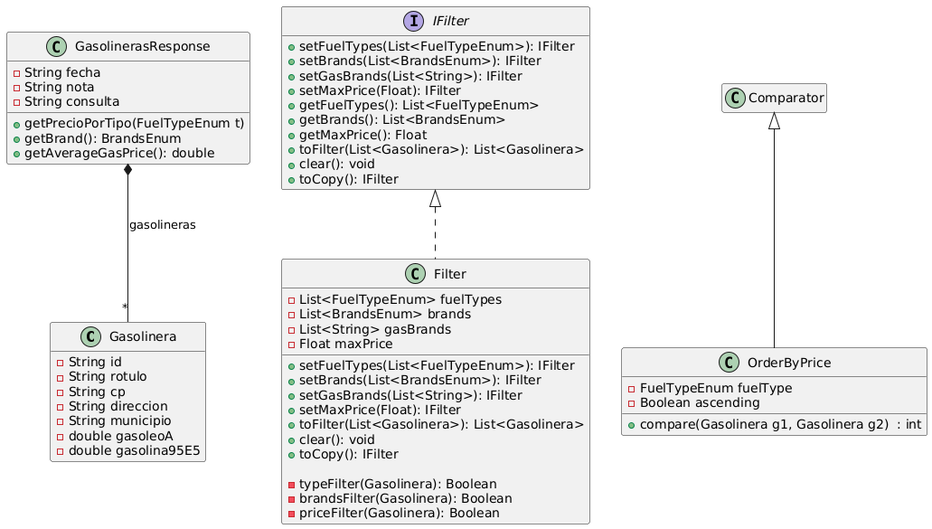
Earlier version of the PlantUML export Docs/Models/domain.png (isunican/App-Gasolineras-Grupo1). Its diagram source:
```plantuml
@startuml
hide empty members

class Gasolinera {
    - String id
    - String rotulo
    - String cp
    - String direccion
    - String municipio
    - double gasoleoA
    - double gasolina95E5
}

class GasolinerasResponse {
    - String fecha
    - String nota
    - String consulta

    + getPrecioPorTipo(FuelTypeEnum t)
    + getBrand(): BrandsEnum
    + getAverageGasPrice(): double
}

interface IFilter {
    + setFuelTypes(List<FuelTypeEnum>): IFilter
    + setBrands(List<BrandsEnum>): IFilter
    + setGasBrands(List<String>): IFilter
    + setMaxPrice(Float): IFilter
    + getFuelTypes(): List<FuelTypeEnum>
    + getBrands(): List<BrandsEnum>
    + getMaxPrice(): Float
    + toFilter(List<Gasolinera>): List<Gasolinera>
    + clear(): void
    + toCopy(): IFilter
}

class Filter {
    - List<FuelTypeEnum> fuelTypes
    - List<BrandsEnum> brands
    - List<String> gasBrands
    - Float maxPrice

    + setFuelTypes(List<FuelTypeEnum>): IFilter
    + setBrands(List<BrandsEnum>): IFilter
    + setGasBrands(List<String>): IFilter
    + setMaxPrice(Float): IFilter
    + toFilter(List<Gasolinera>): List<Gasolinera>
    + clear(): void
    + toCopy(): IFilter

    - typeFilter(Gasolinera): Boolean
    - brandsFilter(Gasolinera): Boolean
    - priceFilter(Gasolinera): Boolean
}

class OrderByPrice{
- FuelTypeEnum fuelType
- Boolean ascending

+ compare(Gasolinera g1, Gasolinera g2)  : int
}

IFilter <|.. Filter

Comparator <|-- OrderByPrice

GasolinerasResponse *-- "*" Gasolinera : gasolineras
@enduml
```
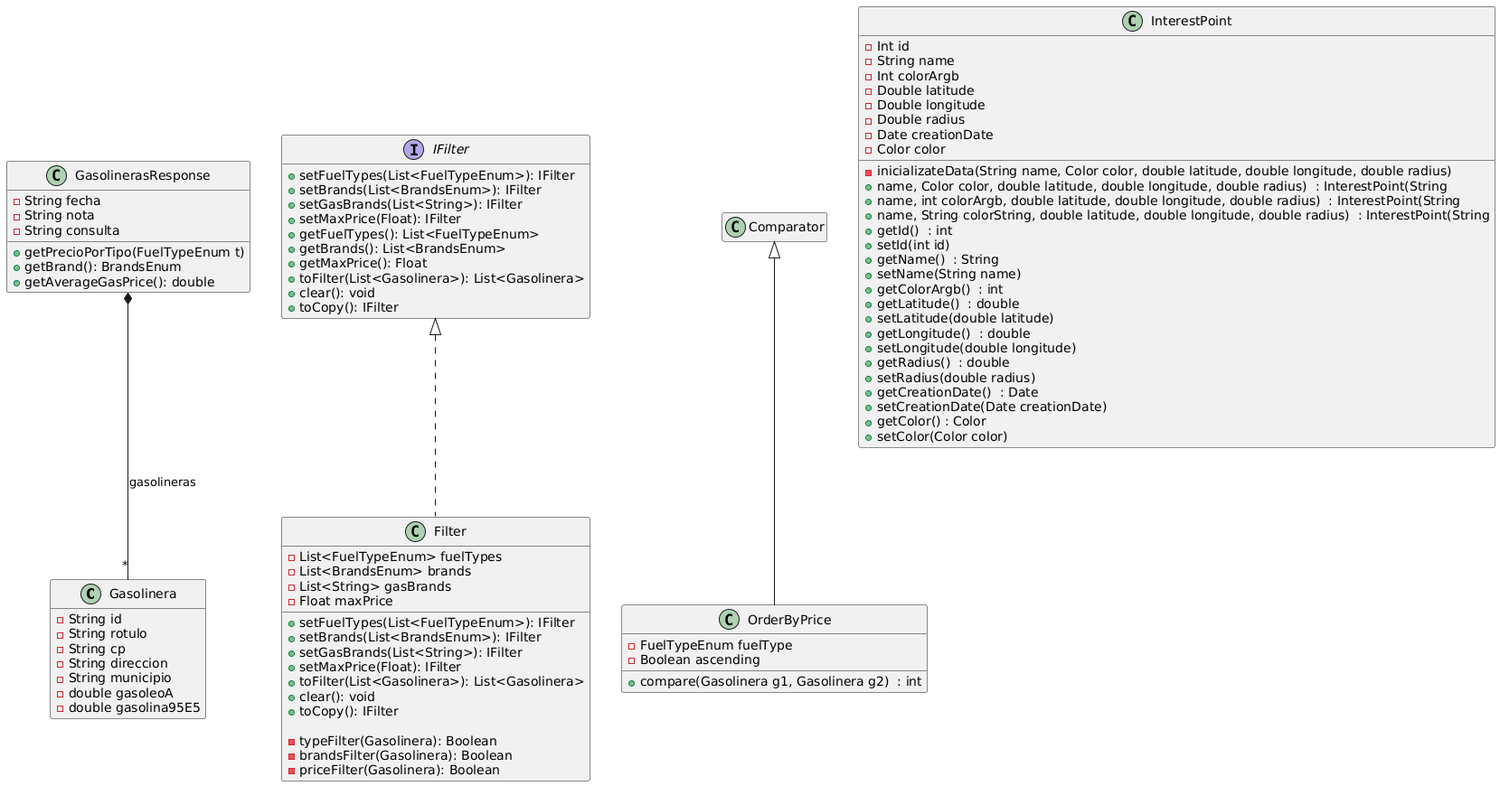
Above is the later version.

Diff of the diagram source:
```diff
@@ -60,6 +60,37 @@
 + compare(Gasolinera g1, Gasolinera g2)  : int
 }
 
+class InterestPoint {
+    - Int id
+    - String name
+    - Int colorArgb
+    - Double latitude
+    - Double longitude
+    - Double radius
+    - Date creationDate
+    - Color color
+
+    - inicializateData(String name, Color color, double latitude, double longitude, double radius)
+    + name, Color color, double latitude, double longitude, double radius)  : InterestPoint(String
+    + name, int colorArgb, double latitude, double longitude, double radius)  : InterestPoint(String
+    + name, String colorString, double latitude, double longitude, double radius)  : InterestPoint(String
+    + getId()  : int
+    + setId(int id)
+    + getName()  : String
+    + setName(String name)
+    + getColorArgb()  : int
+    + getLatitude()  : double
+    + setLatitude(double latitude)
+    + getLongitude()  : double
+    + setLongitude(double longitude)
+    + getRadius()  : double
+    + setRadius(double radius)
+    + getCreationDate()  : Date
+    + setCreationDate(Date creationDate)
+    + getColor() : Color
+    + setColor(Color color)
+}
+
 IFilter <|.. Filter
 
 Comparator <|-- OrderByPrice
```
